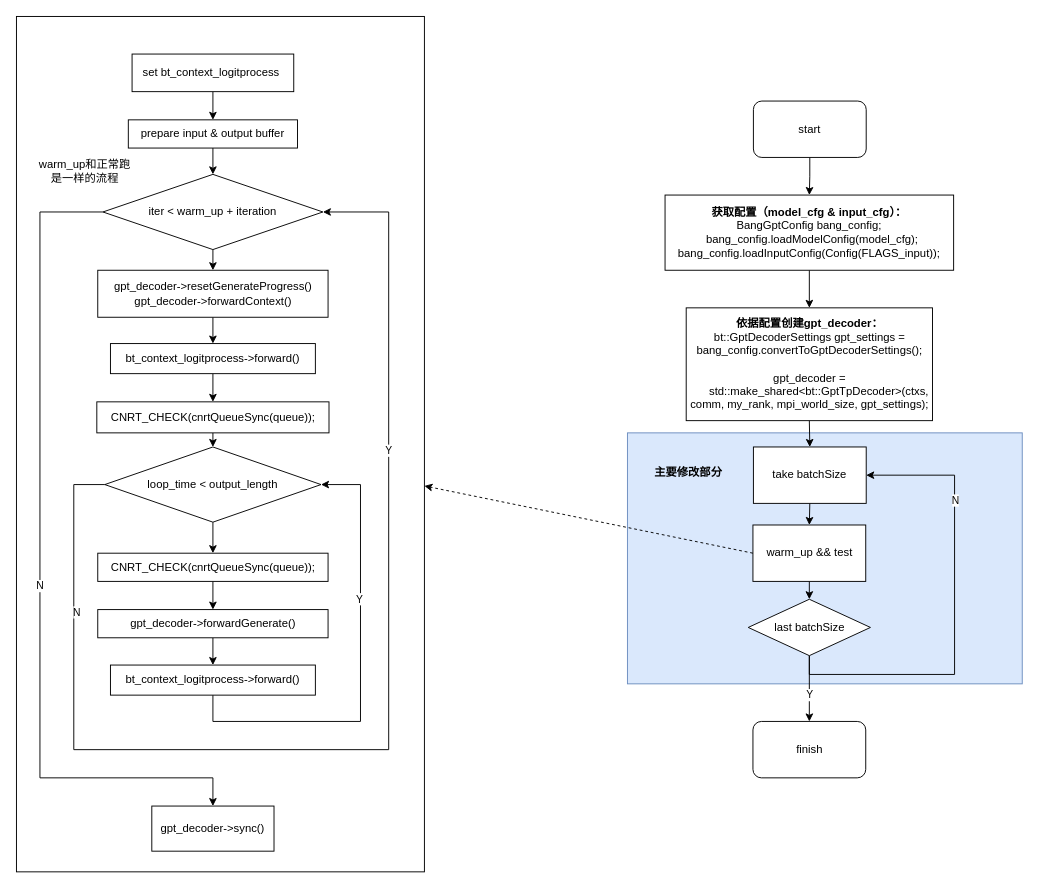
ZackWan/- keeps this draw.io diagram as bt_after_optimize.drawio. Above is the earlier version. Source tidied: cells renumbered, new cells numbered last; positions are measured from the earlier drawing's top-left corner, leaving out a move shared by most shapes. Both pictures are drawn from the tidied source at 94%, with x=0, y=0 at pixel (16, 16).
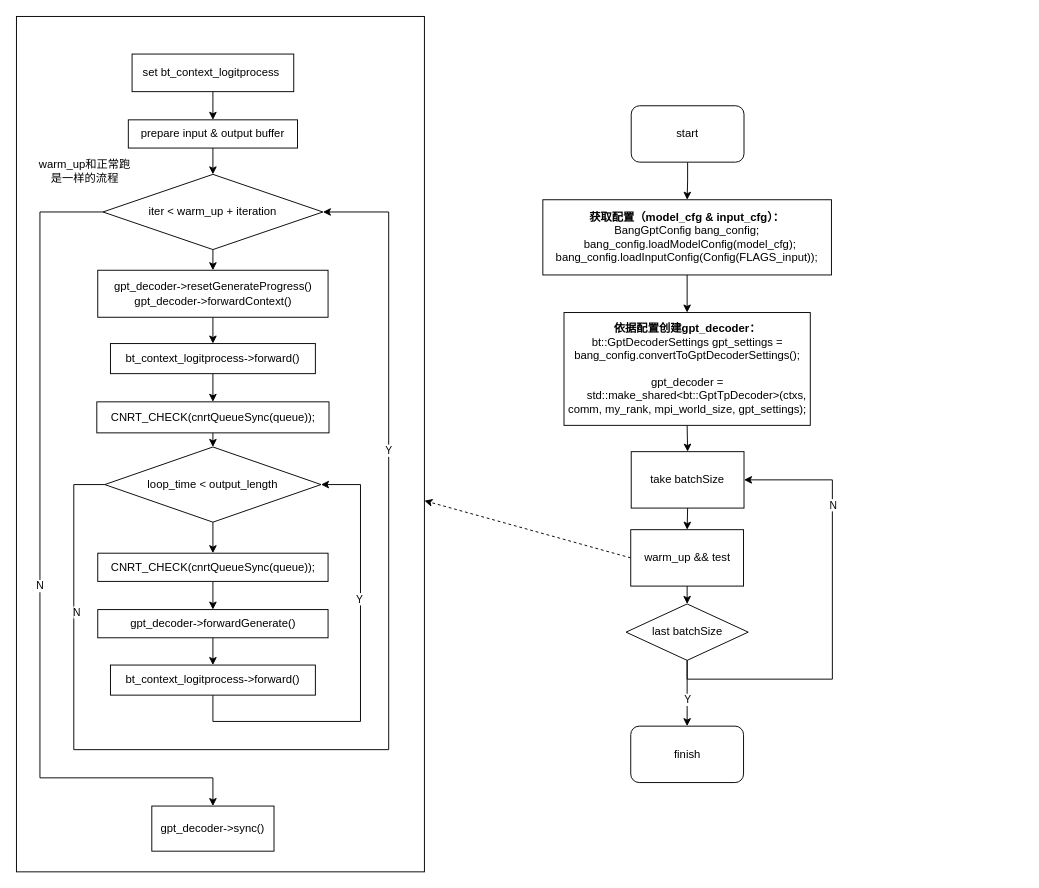
The same page after the edit.

What changed in the source:
```diff
@@
-    <mxCell id="2" style="rounded=0;whiteSpace=wrap;html=1;fillColor=#dae8fc;strokeColor=#6c8ebf;" parent="1" vertex="1">
-      <mxGeometry x="650" y="443" width="420" height="267" as="geometry" />
-    </mxCell>
@@
     <mxCell id="24" value="&lt;div&gt;&lt;b&gt;依据配置创建gpt_decoder：&lt;/b&gt;&lt;/div&gt;&lt;div&gt;bt::GptDecoderSettings gpt_settings = bang_config.convertToGptDecoderSettings();&lt;br&gt;&lt;/div&gt;&lt;div&gt;&lt;br&gt;&lt;/div&gt;&lt;div&gt;gpt_decoder =&lt;/div&gt;&lt;div&gt;&amp;nbsp; &amp;nbsp; &amp;nbsp; std::make_shared&amp;lt;bt::GptTpDecoder&amp;gt;(ctxs, comm, my_rank, mpi_world_size, gpt_settings);&lt;/div&gt;" style="rounded=0;whiteSpace=wrap;html=1;" parent="1" vertex="1">
-      <mxGeometry x="712.5" y="310" width="262" height="120" as="geometry" />
+      <mxGeometry x="582.5" y="315" width="262" height="120" as="geometry" />
     </mxCell>
@@
     <mxCell id="27" style="edgeStyle=orthogonalEdgeStyle;rounded=0;jettySize=auto;html=1;exitX=0.5;exitY=1;exitDx=0;exitDy=0;entryX=1;entryY=0.5;entryDx=0;entryDy=0;" parent="1" edge="1" source="48" target="45">
       <mxGeometry relative="1" as="geometry">
         <Array as="points">
-          <mxPoint x="844" y="700" />
-          <mxPoint x="998" y="700" />
-          <mxPoint x="998" y="488" />
+          <mxPoint x="714" y="705" />
+          <mxPoint x="868" y="705" />
+          <mxPoint x="868" y="493" />
         </Array>
       </mxGeometry>
     </mxCell>
@@
     <mxCell id="30" value="warm_up &amp;amp;&amp;amp; test" style="rounded=0;whiteSpace=wrap;html=1;" parent="1" vertex="1">
-      <mxGeometry x="783.5" y="541" width="120" height="60" as="geometry" />
+      <mxGeometry x="653.5" y="546" width="120" height="60" as="geometry" />
     </mxCell>
@@
     <mxCell id="32" value="start" style="rounded=1;whiteSpace=wrap;html=1;" parent="1" vertex="1">
-      <mxGeometry x="784" y="90" width="120" height="60" as="geometry" />
+      <mxGeometry x="654" y="95" width="120" height="60" as="geometry" />
     </mxCell>
     <mxCell id="33" value="finish" style="rounded=1;whiteSpace=wrap;html=1;" parent="1" vertex="1">
-      <mxGeometry x="783.5" y="750" width="120" height="60" as="geometry" />
+      <mxGeometry x="653.5" y="755" width="120" height="60" as="geometry" />
     </mxCell>
@@
     <mxCell id="35" value="&lt;div style=&quot;border-color: var(--border-color);&quot;&gt;&lt;b style=&quot;border-color: var(--border-color);&quot;&gt;&amp;nbsp;获取配置（model_cfg &amp;amp; input_cfg）：&amp;nbsp;&lt;/b&gt;&lt;/div&gt;&lt;div&gt;BangGptConfig bang_config;&lt;br&gt;&lt;/div&gt;&lt;div&gt;&amp;nbsp; bang_config.loadModelConfig(model_cfg);&lt;/div&gt;&lt;div&gt;bang_config.loadInputConfig(Config(FLAGS_input));&lt;br&gt;&lt;/div&gt;" style="rounded=0;whiteSpace=wrap;html=1;" parent="1" vertex="1">
-      <mxGeometry x="690" y="190" width="307" height="80" as="geometry" />
+      <mxGeometry x="560" y="195" width="307" height="80" as="geometry" />
     </mxCell>
@@
     <mxCell id="45" value="take batchSize" style="rounded=0;whiteSpace=wrap;html=1;" parent="1" vertex="1">
-      <mxGeometry x="784" y="458" width="120" height="60" as="geometry" />
+      <mxGeometry x="654" y="463" width="120" height="60" as="geometry" />
     </mxCell>
@@
     <mxCell id="48" value="last batchSize" style="rhombus;whiteSpace=wrap;html=1;" parent="1" vertex="1">
-      <mxGeometry x="778.5" y="620" width="130" height="60" as="geometry" />
+      <mxGeometry x="648.5" y="625" width="130" height="60" as="geometry" />
     </mxCell>
-    <mxCell id="49" value="主要修改部分" style="text;html=1;strokeColor=none;fillColor=none;align=center;verticalAlign=middle;whiteSpace=wrap;rounded=0;fontStyle=1;" parent="1" vertex="1">
-      <mxGeometry x="670" y="470" width="90" height="30" as="geometry" />
-    </mxCell>
```
